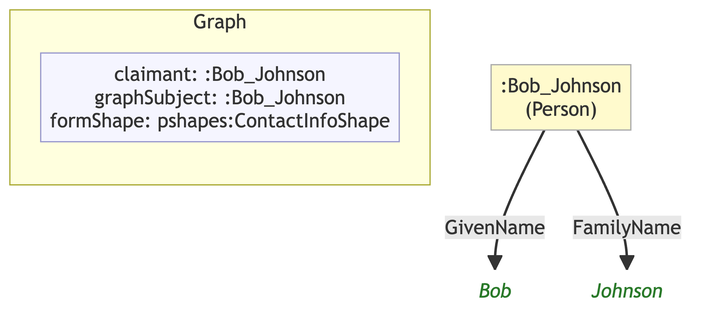
Earlier version of the Mermaid export example/graphs/images/graph-03.png (MeeFoundation/mia-ontologies). Its source is kept beside it as example/graphs/images/graph-03.mmd. Source of this version:
```mermaid
flowchart TD
    classDef person fill:#fffacd,stroke:#aaa,color:#333
    classDef org    fill:#cce5ff,stroke:#aaa,color:#333
    classDef service fill:#e6e6e6,stroke:#aaa,color:#333
    classDef lit    fill:none,stroke:none,font-style:italic,color:#2a7a2a
    classDef meta   fill:#f5f5ff,stroke:#9999cc,color:#333

    subgraph ctx["Graph"]
        direction LR
        ctx_meta["claimant: :Bob_Johnson\ngraphSubject: :Bob_Johnson\nformShape: pshapes:ContactInfoShape"]:::meta
    end

    ncec7d6304e56[":Bob_Johnson\n(Person)"]:::person
    ne44eff8b19e7("Bob"):::lit
    n831ea3ab0b59("Johnson"):::lit

    ncec7d6304e56 -->|"GivenName"| ne44eff8b19e7
    ncec7d6304e56 -->|"FamilyName"| n831ea3ab0b59
```
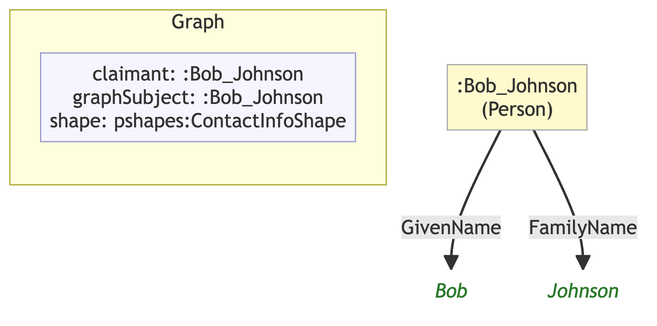
After the commit.

The edit, as a diff of the source:
```diff
@@ -7,12 +7,12 @@
 
     subgraph ctx["Graph"]
         direction LR
-        ctx_meta["claimant: :Bob_Johnson\ngraphSubject: :Bob_Johnson\nformShape: pshapes:ContactInfoShape"]:::meta
+        ctx_meta["claimant: :Bob_Johnson\ngraphSubject: :Bob_Johnson\nshape: pshapes:ContactInfoShape"]:::meta
     end
 
     ncec7d6304e56[":Bob_Johnson\n(Person)"]:::person
-    ne44eff8b19e7("Bob"):::lit
-    n831ea3ab0b59("Johnson"):::lit
+    n906eaed86074("Bob"):::lit
+    n775b81c763ff("Johnson"):::lit
 
-    ncec7d6304e56 -->|"GivenName"| ne44eff8b19e7
-    ncec7d6304e56 -->|"FamilyName"| n831ea3ab0b59
+    ncec7d6304e56 -->|"GivenName"| n906eaed86074
+    ncec7d6304e56 -->|"FamilyName"| n775b81c763ff
```
